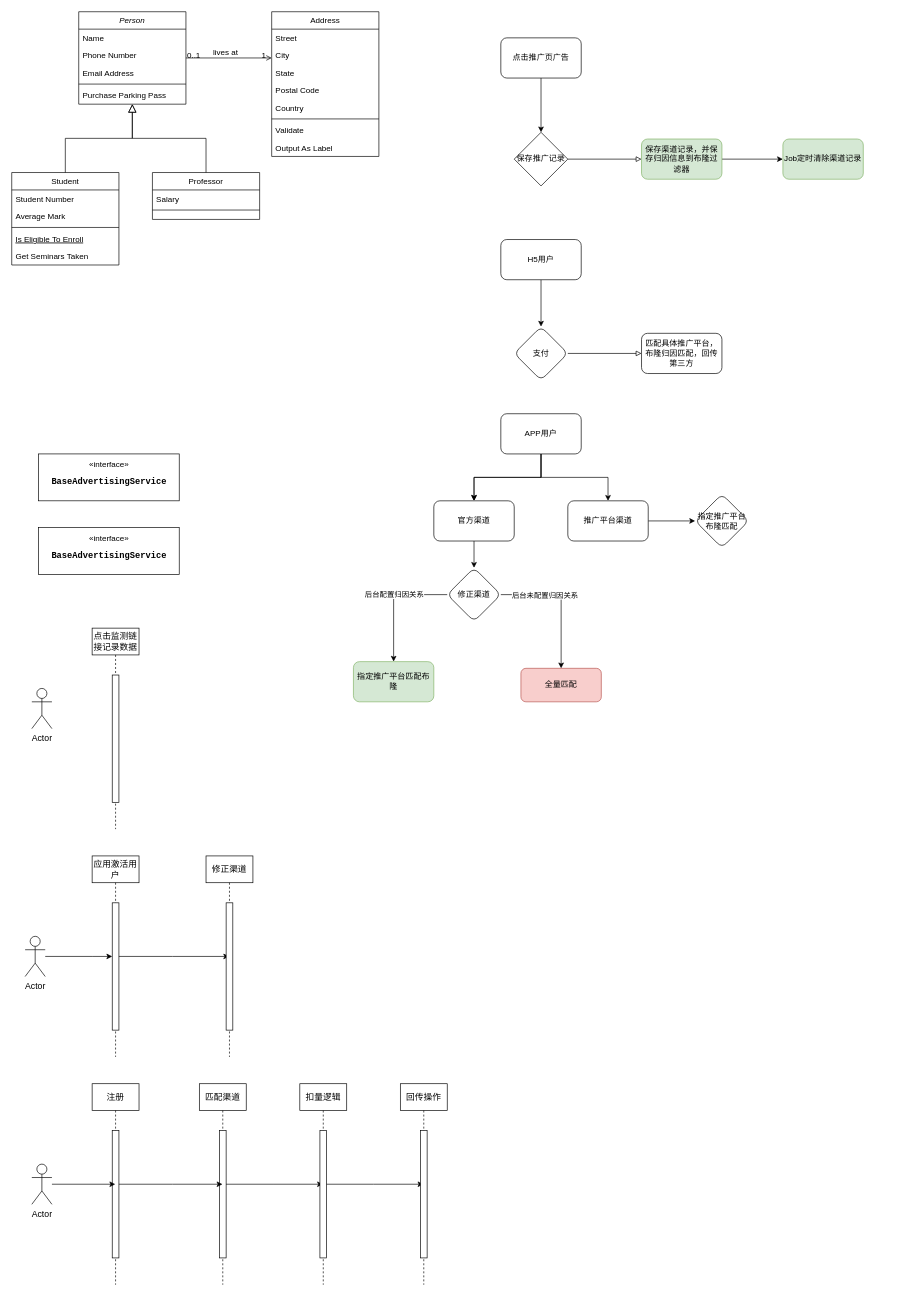
Earlier version of the draw.io diagram 推广平台模式.drawio (lints123/draw_project). Source tidied: cells renumbered, new cells numbered last; positions are measured from the earlier drawing's top-left corner, leaving out a move shared by most shapes. Both pictures are drawn from the tidied source at 67%, with x=0, y=0 at pixel (11, 11).
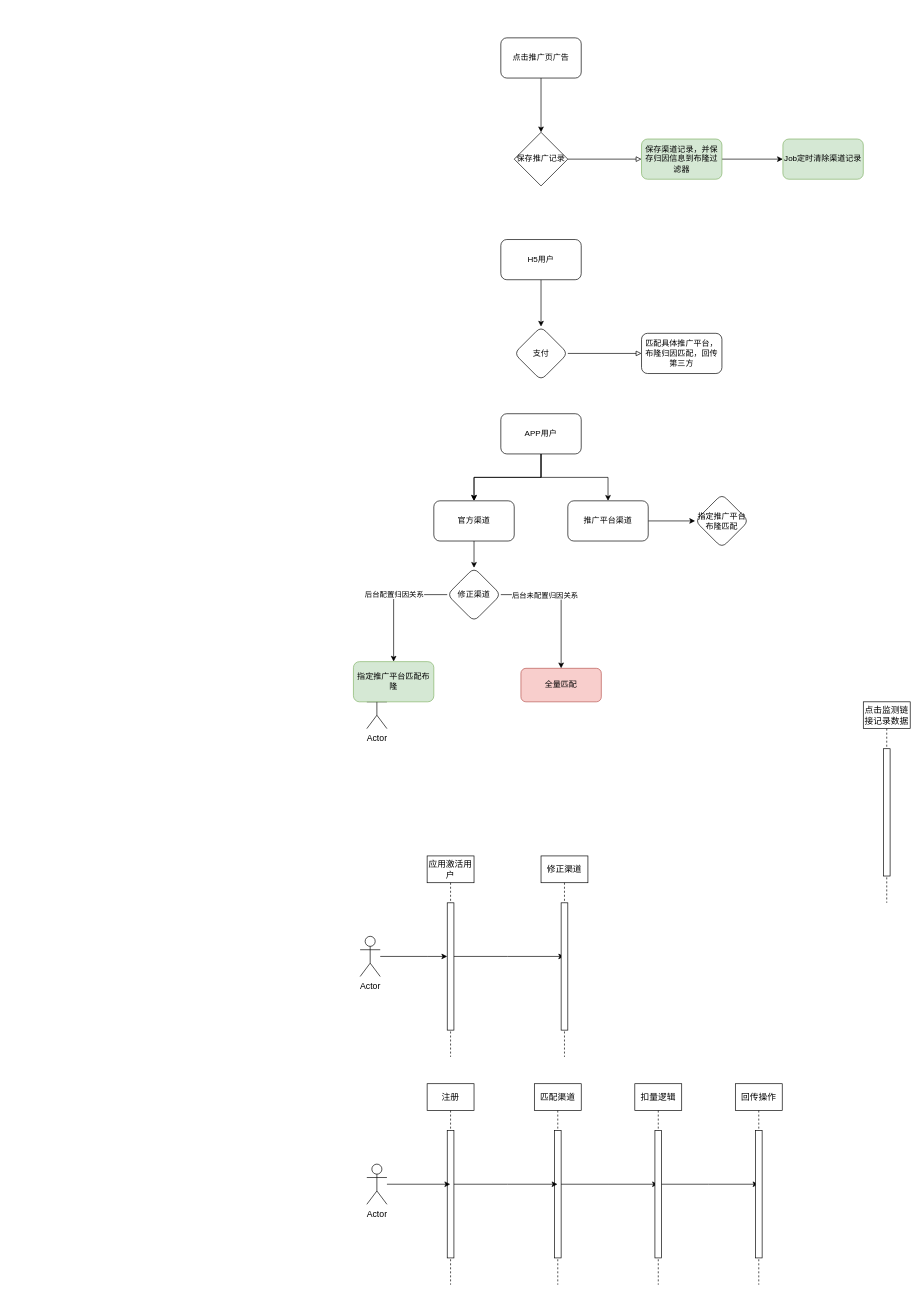
After the change.

Commit message:
更新推广平台模式.drawio

Unchanged cells that the change refers to:
```xml
<mxCell id="41" style="html=1;points=[];perimeter=orthogonalPerimeter;outlineConnect=0;targetShapes=umlLifeline;portConstraint=eastwest;newEdgeStyle={&quot;edgeStyle&quot;:&quot;elbowEdgeStyle&quot;,&quot;elbow&quot;:&quot;vertical&quot;,&quot;curved&quot;:0,&quot;rounded&quot;:0};fontSize=13;" parent="40" vertex="1">
  <mxGeometry x="30" y="70" width="10" height="190" as="geometry" />
</mxCell>
<mxCell id="45" style="html=1;points=[];perimeter=orthogonalPerimeter;outlineConnect=0;targetShapes=umlLifeline;portConstraint=eastwest;newEdgeStyle={&quot;edgeStyle&quot;:&quot;elbowEdgeStyle&quot;,&quot;elbow&quot;:&quot;vertical&quot;,&quot;curved&quot;:0,&quot;rounded&quot;:0};fontSize=13;" parent="44" vertex="1">
  <mxGeometry x="30" y="70" width="10" height="190" as="geometry" />
</mxCell>
```

What changed in the source:
```diff
@@
-    <mxCell id="2" value="Person" style="swimlane;fontStyle=2;align=center;verticalAlign=top;horizontal=1;startSize=26;rounded=0;shadow=0;strokeWidth=1;" parent="1" vertex="1">
-      <mxGeometry x="100" width="160" height="138" as="geometry" />
-    </mxCell>
-    <mxCell id="3" value="Name" style="text;align=left;verticalAlign=top;spacingLeft=4;spacingRight=4;overflow=hidden;" parent="2" vertex="1">
-      <mxGeometry y="26" width="160" height="26" as="geometry" />
-    </mxCell>
-    <mxCell id="4" value="Phone Number" style="text;align=left;verticalAlign=top;spacingLeft=4;spacingRight=4;overflow=hidden;rounded=0;shadow=0;html=0;" parent="2" vertex="1">
-      <mxGeometry y="52" width="160" height="26" as="geometry" />
-    </mxCell>
-    <mxCell id="5" value="Email Address" style="text;align=left;verticalAlign=top;spacingLeft=4;spacingRight=4;overflow=hidden;rounded=0;shadow=0;html=0;" parent="2" vertex="1">
-      <mxGeometry y="78" width="160" height="26" as="geometry" />
-    </mxCell>
-    <mxCell id="6" style="line;html=1;strokeWidth=1;align=left;verticalAlign=middle;spacingTop=-1;spacingLeft=3;spacingRight=3;labelPosition=right;" parent="2" vertex="1">
-      <mxGeometry y="104" width="160" height="8" as="geometry" />
-    </mxCell>
-    <mxCell id="7" value="Purchase Parking Pass" style="text;align=left;verticalAlign=top;spacingLeft=4;spacingRight=4;overflow=hidden;" parent="2" vertex="1">
-      <mxGeometry y="112" width="160" height="26" as="geometry" />
-    </mxCell>
-    <mxCell id="8" value="Student" style="swimlane;fontStyle=0;align=center;verticalAlign=top;horizontal=1;startSize=26;rounded=0;shadow=0;strokeWidth=1;" parent="1" vertex="1">
-      <mxGeometry y="240" width="160" height="138" as="geometry" />
-    </mxCell>
-    <mxCell id="9" value="Student Number" style="text;align=left;verticalAlign=top;spacingLeft=4;spacingRight=4;overflow=hidden;" parent="8" vertex="1">
-      <mxGeometry y="26" width="160" height="26" as="geometry" />
-    </mxCell>
-    <mxCell id="10" value="Average Mark" style="text;align=left;verticalAlign=top;spacingLeft=4;spacingRight=4;overflow=hidden;rounded=0;shadow=0;html=0;" parent="8" vertex="1">
-      <mxGeometry y="52" width="160" height="26" as="geometry" />
-    </mxCell>
-    <mxCell id="11" style="line;html=1;strokeWidth=1;align=left;verticalAlign=middle;spacingTop=-1;spacingLeft=3;spacingRight=3;labelPosition=right;" parent="8" vertex="1">
-      <mxGeometry y="78" width="160" height="8" as="geometry" />
-    </mxCell>
-    <mxCell id="12" value="Is Eligible To Enroll" style="text;align=left;verticalAlign=top;spacingLeft=4;spacingRight=4;overflow=hidden;fontStyle=4;" parent="8" vertex="1">
-      <mxGeometry y="86" width="160" height="26" as="geometry" />
-    </mxCell>
-    <mxCell id="13" value="Get Seminars Taken" style="text;align=left;verticalAlign=top;spacingLeft=4;spacingRight=4;overflow=hidden;" parent="8" vertex="1">
-      <mxGeometry y="112" width="160" height="26" as="geometry" />
-    </mxCell>
-    <mxCell id="14" style="endArrow=block;endSize=10;endFill=0;shadow=0;strokeWidth=1;rounded=0;edgeStyle=elbowEdgeStyle;elbow=vertical;" parent="1" edge="1" source="8" target="2">
-      <mxGeometry relative="1" as="geometry" />
-    </mxCell>
-    <mxCell id="15" value="Professor" style="swimlane;fontStyle=0;align=center;verticalAlign=top;horizontal=1;startSize=26;rounded=0;shadow=0;strokeWidth=1;" parent="1" vertex="1">
-      <mxGeometry x="210" y="240" width="160" height="70" as="geometry" />
-    </mxCell>
-    <mxCell id="16" value="Salary" style="text;align=left;verticalAlign=top;spacingLeft=4;spacingRight=4;overflow=hidden;" parent="15" vertex="1">
-      <mxGeometry y="26" width="160" height="26" as="geometry" />
-    </mxCell>
-    <mxCell id="17" style="line;html=1;strokeWidth=1;align=left;verticalAlign=middle;spacingTop=-1;spacingLeft=3;spacingRight=3;labelPosition=right;" parent="15" vertex="1">
-      <mxGeometry y="52" width="160" height="8" as="geometry" />
-    </mxCell>
-    <mxCell id="18" style="endArrow=block;endSize=10;endFill=0;shadow=0;strokeWidth=1;rounded=0;edgeStyle=elbowEdgeStyle;elbow=vertical;" parent="1" edge="1" source="15" target="2">
-      <mxGeometry relative="1" as="geometry" />
-    </mxCell>
-    <mxCell id="19" value="Address" style="swimlane;fontStyle=0;align=center;verticalAlign=top;horizontal=1;startSize=26;rounded=0;shadow=0;strokeWidth=1;" parent="1" vertex="1">
-      <mxGeometry x="388" width="160" height="216" as="geometry" />
-    </mxCell>
-    <mxCell id="20" value="Street" style="text;align=left;verticalAlign=top;spacingLeft=4;spacingRight=4;overflow=hidden;" parent="19" vertex="1">
-      <mxGeometry y="26" width="160" height="26" as="geometry" />
-    </mxCell>
-    <mxCell id="21" value="City" style="text;align=left;verticalAlign=top;spacingLeft=4;spacingRight=4;overflow=hidden;rounded=0;shadow=0;html=0;" parent="19" vertex="1">
-      <mxGeometry y="52" width="160" height="26" as="geometry" />
-    </mxCell>
-    <mxCell id="22" value="State" style="text;align=left;verticalAlign=top;spacingLeft=4;spacingRight=4;overflow=hidden;rounded=0;shadow=0;html=0;" parent="19" vertex="1">
-      <mxGeometry y="78" width="160" height="26" as="geometry" />
-    </mxCell>
-    <mxCell id="23" value="Postal Code" style="text;align=left;verticalAlign=top;spacingLeft=4;spacingRight=4;overflow=hidden;rounded=0;shadow=0;html=0;" parent="19" vertex="1">
-      <mxGeometry y="104" width="160" height="26" as="geometry" />
-    </mxCell>
-    <mxCell id="24" value="Country" style="text;align=left;verticalAlign=top;spacingLeft=4;spacingRight=4;overflow=hidden;rounded=0;shadow=0;html=0;" parent="19" vertex="1">
-      <mxGeometry y="130" width="160" height="26" as="geometry" />
-    </mxCell>
-    <mxCell id="25" style="line;html=1;strokeWidth=1;align=left;verticalAlign=middle;spacingTop=-1;spacingLeft=3;spacingRight=3;labelPosition=right;" parent="19" vertex="1">
-      <mxGeometry y="156" width="160" height="8" as="geometry" />
-    </mxCell>
-    <mxCell id="26" value="Validate" style="text;align=left;verticalAlign=top;spacingLeft=4;spacingRight=4;overflow=hidden;" parent="19" vertex="1">
-      <mxGeometry y="164" width="160" height="26" as="geometry" />
-    </mxCell>
-    <mxCell id="27" value="Output As Label" style="text;align=left;verticalAlign=top;spacingLeft=4;spacingRight=4;overflow=hidden;" parent="19" vertex="1">
-      <mxGeometry y="190" width="160" height="26" as="geometry" />
-    </mxCell>
-    <mxCell id="28" style="endArrow=open;shadow=0;strokeWidth=1;rounded=0;endFill=1;edgeStyle=elbowEdgeStyle;elbow=vertical;" parent="1" edge="1" source="2" target="19">
-      <mxGeometry x="0.5" y="41" relative="1" as="geometry">
-        <mxPoint x="-40" y="32" as="offset" />
-      </mxGeometry>
-    </mxCell>
-    <mxCell id="29" value="0..1" style="align=left;verticalAlign=bottom;labelBackgroundColor=none;fontSize=12;" parent="28" vertex="1">
-      <mxGeometry x="-1" relative="1" as="geometry">
-        <mxPoint y="4" as="offset" />
-      </mxGeometry>
-    </mxCell>
-    <mxCell id="30" value="1" style="align=right;verticalAlign=bottom;labelBackgroundColor=none;fontSize=12;" parent="28" vertex="1">
-      <mxGeometry x="1" relative="1" as="geometry">
-        <mxPoint x="-7" y="4" as="offset" />
-      </mxGeometry>
-    </mxCell>
-    <mxCell id="31" value="lives at" style="text;html=1;align=center;verticalAlign=middle;labelBackgroundColor=none;rounded=0;shadow=0;strokeWidth=1;fontSize=12;" parent="28" vertex="1">
-      <mxGeometry x="0.5" y="49" relative="1" as="geometry">
-        <mxPoint x="-38" y="40" as="offset" />
-      </mxGeometry>
-    </mxCell>
-    <mxCell id="32" value="«interface»&lt;br&gt;&lt;pre style=&quot;&quot;&gt;&lt;b&gt;&lt;font style=&quot;font-size: 13px;&quot;&gt;BaseAdvertisingService&lt;/font&gt;&lt;/b&gt;&lt;/pre&gt;" style="html=1;" parent="1" vertex="1">
-      <mxGeometry x="40" y="770" width="210" height="70" as="geometry" />
-    </mxCell>
-    <mxCell id="33" value="«interface»&lt;br&gt;&lt;pre style=&quot;&quot;&gt;&lt;b&gt;&lt;font style=&quot;font-size: 13px;&quot;&gt;BaseAdvertisingService&lt;/font&gt;&lt;/b&gt;&lt;/pre&gt;" style="html=1;" parent="1" vertex="1">
-      <mxGeometry x="40" y="660" width="210" height="70" as="geometry" />
-    </mxCell>
     <mxCell id="34" value="Actor" style="shape=umlActor;verticalLabelPosition=bottom;verticalAlign=top;html=1;fontSize=13;" parent="1" vertex="1">
-      <mxGeometry x="30" y="1010" width="30" height="60" as="geometry" />
+      <mxGeometry x="530" y="1010" width="30" height="60" as="geometry" />
     </mxCell>
     <mxCell id="35" value="点击监测链接记录数据" style="shape=umlLifeline;perimeter=lifelinePerimeter;whiteSpace=wrap;html=1;newEdgeStyle={&quot;edgeStyle&quot;:&quot;elbowEdgeStyle&quot;,&quot;elbow&quot;:&quot;vertical&quot;,&quot;curved&quot;:0,&quot;rounded&quot;:0};fontSize=13;" parent="1" vertex="1">
-      <mxGeometry x="120" y="920" width="70" height="300" as="geometry" />
+      <mxGeometry x="1271" y="1030" width="70" height="300" as="geometry" />
     </mxCell>
@@
     <mxCell id="37" style="edgeStyle=orthogonalEdgeStyle;rounded=0;jettySize=auto;html=1;fontSize=13;" parent="1" edge="1" source="38" target="41">
       <mxGeometry relative="1" as="geometry">
         <Array as="points">
-          <mxPoint x="120" y="1410" />
-          <mxPoint x="120" y="1410" />
+          <mxPoint x="620" y="1410" />
+          <mxPoint x="620" y="1410" />
         </Array>
       </mxGeometry>
     </mxCell>
     <mxCell id="38" value="Actor" style="shape=umlActor;verticalLabelPosition=bottom;verticalAlign=top;html=1;fontSize=13;" parent="1" vertex="1">
-      <mxGeometry x="20" y="1380" width="30" height="60" as="geometry" />
+      <mxGeometry x="520" y="1380" width="30" height="60" as="geometry" />
     </mxCell>
@@
     <mxCell id="40" value="应用激活用户" style="shape=umlLifeline;perimeter=lifelinePerimeter;whiteSpace=wrap;html=1;outlineConnect=0;portConstraint=eastwest;newEdgeStyle={&quot;edgeStyle&quot;:&quot;elbowEdgeStyle&quot;,&quot;elbow&quot;:&quot;vertical&quot;,&quot;curved&quot;:0,&quot;rounded&quot;:0};fontSize=13;" parent="1" vertex="1">
-      <mxGeometry x="120" y="1260" width="70" height="300" as="geometry" />
+      <mxGeometry x="620" y="1260" width="70" height="300" as="geometry" />
     </mxCell>
@@
     <mxCell id="42" value="修正渠道" style="shape=umlLifeline;perimeter=lifelinePerimeter;whiteSpace=wrap;html=1;outlineConnect=0;portConstraint=eastwest;newEdgeStyle={&quot;edgeStyle&quot;:&quot;elbowEdgeStyle&quot;,&quot;elbow&quot;:&quot;vertical&quot;,&quot;curved&quot;:0,&quot;rounded&quot;:0};fontSize=13;" parent="1" vertex="1">
-      <mxGeometry x="290" y="1260" width="70" height="300" as="geometry" />
+      <mxGeometry x="790" y="1260" width="70" height="300" as="geometry" />
     </mxCell>
@@
     <mxCell id="44" value="注册" style="shape=umlLifeline;perimeter=lifelinePerimeter;whiteSpace=wrap;html=1;outlineConnect=0;portConstraint=eastwest;newEdgeStyle={&quot;edgeStyle&quot;:&quot;elbowEdgeStyle&quot;,&quot;elbow&quot;:&quot;vertical&quot;,&quot;curved&quot;:0,&quot;rounded&quot;:0};fontSize=13;" parent="1" vertex="1">
-      <mxGeometry x="120" y="1600" width="70" height="300" as="geometry" />
+      <mxGeometry x="620" y="1600" width="70" height="300" as="geometry" />
     </mxCell>
@@
     <mxCell id="47" value="匹配渠道" style="shape=umlLifeline;perimeter=lifelinePerimeter;whiteSpace=wrap;html=1;outlineConnect=0;portConstraint=eastwest;newEdgeStyle={&quot;edgeStyle&quot;:&quot;elbowEdgeStyle&quot;,&quot;elbow&quot;:&quot;vertical&quot;,&quot;curved&quot;:0,&quot;rounded&quot;:0};fontSize=13;" parent="1" vertex="1">
-      <mxGeometry x="280" y="1600" width="70" height="300" as="geometry" />
+      <mxGeometry x="780" y="1600" width="70" height="300" as="geometry" />
     </mxCell>
@@
     <mxCell id="49" style="edgeStyle=elbowEdgeStyle;rounded=0;jettySize=auto;html=1;elbow=vertical;curved=0;fontSize=13;" parent="1" edge="1" source="45" target="47">
       <mxGeometry relative="1" as="geometry">
         <Array as="points">
-          <mxPoint x="240" y="1750" />
+          <mxPoint x="740" y="1750" />
         </Array>
       </mxGeometry>
     </mxCell>
@@
     <mxCell id="51" value="扣量逻辑" style="shape=umlLifeline;perimeter=lifelinePerimeter;whiteSpace=wrap;html=1;outlineConnect=0;portConstraint=eastwest;newEdgeStyle={&quot;edgeStyle&quot;:&quot;elbowEdgeStyle&quot;,&quot;elbow&quot;:&quot;vertical&quot;,&quot;curved&quot;:0,&quot;rounded&quot;:0};fontSize=13;" parent="1" vertex="1">
-      <mxGeometry x="430" y="1600" width="70" height="300" as="geometry" />
+      <mxGeometry x="930" y="1600" width="70" height="300" as="geometry" />
     </mxCell>
@@
     <mxCell id="54" value="Actor" style="shape=umlActor;verticalLabelPosition=bottom;verticalAlign=top;html=1;fontSize=13;" parent="1" vertex="1">
-      <mxGeometry x="30" y="1720" width="30" height="60" as="geometry" />
+      <mxGeometry x="530" y="1720" width="30" height="60" as="geometry" />
     </mxCell>
     <mxCell id="55" value="回传操作" style="shape=umlLifeline;perimeter=lifelinePerimeter;whiteSpace=wrap;html=1;outlineConnect=0;portConstraint=eastwest;newEdgeStyle={&quot;edgeStyle&quot;:&quot;elbowEdgeStyle&quot;,&quot;elbow&quot;:&quot;vertical&quot;,&quot;curved&quot;:0,&quot;rounded&quot;:0};fontSize=13;" parent="1" vertex="1">
-      <mxGeometry x="580" y="1600" width="70" height="300" as="geometry" />
+      <mxGeometry x="1080" y="1600" width="70" height="300" as="geometry" />
     </mxCell>
```
